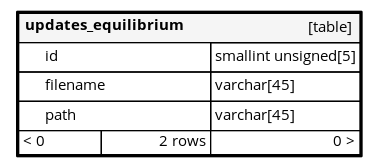
Earlier version of the Graphviz export diagrams/orphans/updates_equilibrium.1degree.png (FAForever/db). Its source is kept beside it as diagrams/orphans/updates_equilibrium.1degree.dot.
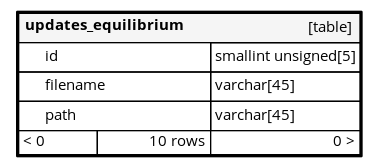
Later version of the same file.

What changed in the source:
```diff
@@ -23,7 +23,7 @@
       <TR><TD PORT="id" COLSPAN="2" BGCOLOR="#ffffff" ALIGN="LEFT"><TABLE BORDER="0" CELLSPACING="0" ALIGN="LEFT"><TR ALIGN="LEFT"><TD ALIGN="LEFT" FIXEDSIZE="TRUE" WIDTH="15" HEIGHT="16"></TD><TD ALIGN="LEFT" FIXEDSIZE="TRUE" WIDTH="123" HEIGHT="16">id</TD></TR></TABLE></TD><TD PORT="id.type" ALIGN="LEFT">smallint unsigned[5]</TD></TR>
       <TR><TD PORT="filename" COLSPAN="2" ALIGN="LEFT"><TABLE BORDER="0" CELLSPACING="0" ALIGN="LEFT"><TR ALIGN="LEFT"><TD ALIGN="LEFT" FIXEDSIZE="TRUE" WIDTH="15" HEIGHT="16"></TD><TD ALIGN="LEFT" FIXEDSIZE="TRUE" WIDTH="123" HEIGHT="16">filename</TD></TR></TABLE></TD><TD PORT="filename.type" ALIGN="LEFT">varchar[45]</TD></TR>
       <TR><TD PORT="path" COLSPAN="2" ALIGN="LEFT"><TABLE BORDER="0" CELLSPACING="0" ALIGN="LEFT"><TR ALIGN="LEFT"><TD ALIGN="LEFT" FIXEDSIZE="TRUE" WIDTH="15" HEIGHT="16"></TD><TD ALIGN="LEFT" FIXEDSIZE="TRUE" WIDTH="123" HEIGHT="16">path</TD></TR></TABLE></TD><TD PORT="path.type" ALIGN="LEFT">varchar[45]</TD></TR>
-      <TR><TD ALIGN="LEFT" BGCOLOR="#ffffff">&lt; 0</TD><TD ALIGN="RIGHT" BGCOLOR="#ffffff">2 rows</TD><TD ALIGN="RIGHT" BGCOLOR="#ffffff">0 &gt;</TD></TR>
+      <TR><TD ALIGN="LEFT" BGCOLOR="#ffffff">&lt; 0</TD><TD ALIGN="RIGHT" BGCOLOR="#ffffff">10 rows</TD><TD ALIGN="RIGHT" BGCOLOR="#ffffff">0 &gt;</TD></TR>
     </TABLE>>
     URL="tables/updates_equilibrium.html"
     target="_top"
```
